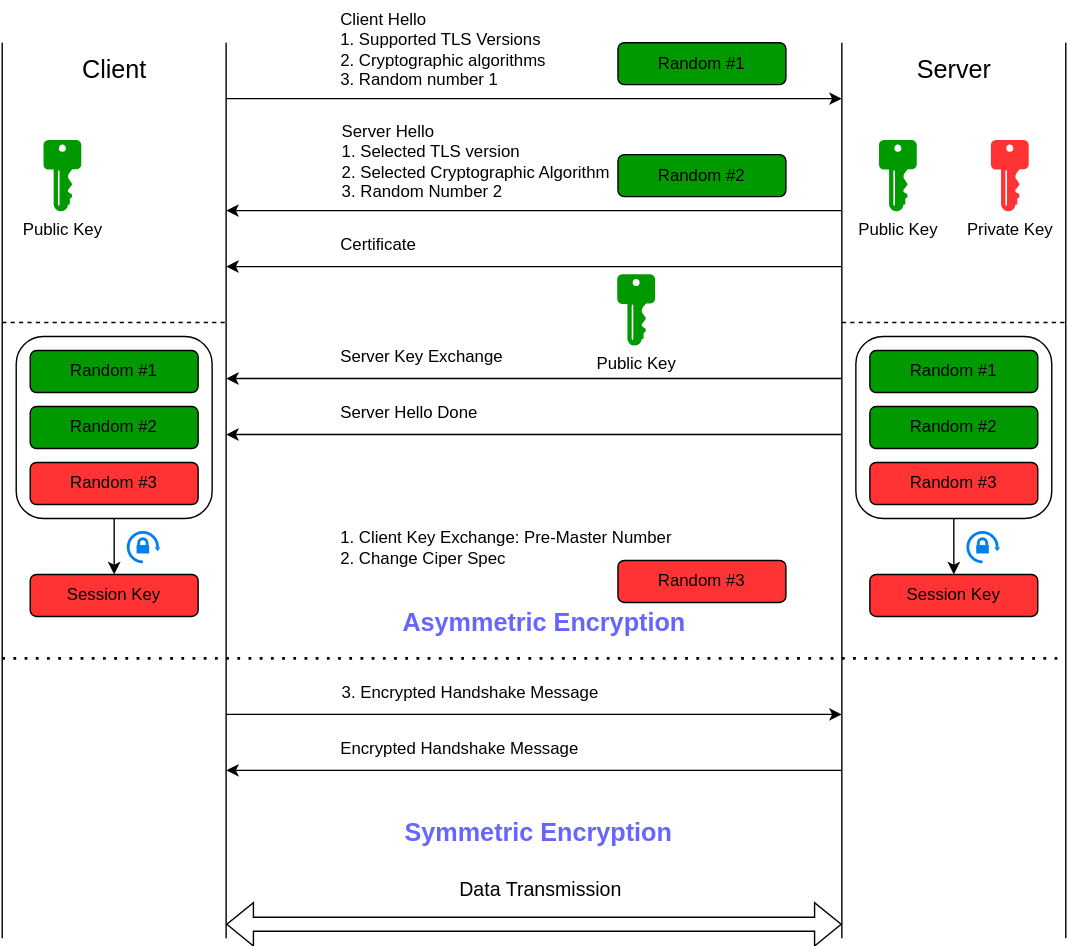
whatsBehind/whatsBehind.github.io keeps this draw.io diagram as docs/programming/web/security/tls-handshake/tls-handshake-whole-process.svg. Above is the earlier version. Source tidied: cells renumbered, new cells last; positions are measured from the earlier drawing's top-left corner, leaving out a move shared by most shapes. Its diagram source:
```xml
<mxGraphModel>
  <root>
    <mxCell id="0" />
    <mxCell id="1" parent="0" />
    <mxCell id="2" style="rounded=1;whiteSpace=wrap;html=1;" parent="1" vertex="1">
      <mxGeometry x="10" y="240" width="140" height="130" as="geometry" />
    </mxCell>
    <mxCell id="3" style="endArrow=none;html=1;rounded=0;" parent="1" edge="1">
      <mxGeometry relative="1" as="geometry">
        <mxPoint y="670" as="sourcePoint" />
        <mxPoint y="30" as="targetPoint" />
      </mxGeometry>
    </mxCell>
    <mxCell id="4" style="endArrow=none;html=1;rounded=0;" parent="1" edge="1">
      <mxGeometry relative="1" as="geometry">
        <mxPoint x="600" y="670" as="sourcePoint" />
        <mxPoint x="600" y="30" as="targetPoint" />
      </mxGeometry>
    </mxCell>
    <mxCell id="5" style="endArrow=none;html=1;rounded=0;" parent="1" edge="1">
      <mxGeometry relative="1" as="geometry">
        <mxPoint x="160" y="670" as="sourcePoint" />
        <mxPoint x="160" y="30" as="targetPoint" />
      </mxGeometry>
    </mxCell>
    <mxCell id="6" style="endArrow=none;html=1;rounded=0;" parent="1" edge="1">
      <mxGeometry relative="1" as="geometry">
        <mxPoint x="760" y="670" as="sourcePoint" />
        <mxPoint x="760" y="30" as="targetPoint" />
      </mxGeometry>
    </mxCell>
    <mxCell id="7" value="&lt;font style=&quot;font-size: 18px;&quot;&gt;Client&lt;/font&gt;" style="text;html=1;align=center;verticalAlign=middle;strokeColor=none;fillColor=none;" parent="1" vertex="1">
      <mxGeometry x="45" y="30" width="70" height="40" as="geometry" />
    </mxCell>
    <mxCell id="8" value="&lt;font style=&quot;font-size: 18px;&quot;&gt;Server&lt;/font&gt;" style="text;html=1;align=center;verticalAlign=middle;strokeColor=none;fillColor=none;" parent="1" vertex="1">
      <mxGeometry x="640" y="30" width="80" height="40" as="geometry" />
    </mxCell>
    <mxCell id="9" style="endArrow=classic;html=1;rounded=0;" parent="1" edge="1">
      <mxGeometry relative="1" as="geometry">
        <mxPoint x="160" y="70" as="sourcePoint" />
        <mxPoint x="600" y="70" as="targetPoint" />
      </mxGeometry>
    </mxCell>
    <mxCell id="10" value="Client Hello&lt;br&gt;1. Supported TLS Versions&lt;br&gt;2. Cryptographic algorithms &lt;br&gt;3. Random number 1" style="text;html=1;strokeColor=none;fillColor=none;align=left;verticalAlign=middle;whiteSpace=wrap;rounded=0;" parent="1" vertex="1">
      <mxGeometry x="240" width="180" height="70" as="geometry" />
    </mxCell>
    <mxCell id="11" style="endArrow=classic;html=1;rounded=0;" parent="1" edge="1">
      <mxGeometry relative="1" as="geometry">
        <mxPoint x="600" y="150" as="sourcePoint" />
        <mxPoint x="160" y="150" as="targetPoint" />
      </mxGeometry>
    </mxCell>
    <mxCell id="12" value="Server Hello&lt;br&gt;1. Selected TLS version&lt;br&gt;2. Selected Cryptographic Algorithm&lt;br&gt;3. Random Number 2" style="text;html=1;strokeColor=none;fillColor=none;align=left;verticalAlign=middle;whiteSpace=wrap;rounded=0;" parent="1" vertex="1">
      <mxGeometry x="241" y="80" width="225" height="70" as="geometry" />
    </mxCell>
    <mxCell id="13" style="endArrow=classic;html=1;rounded=0;" parent="1" edge="1">
      <mxGeometry relative="1" as="geometry">
        <mxPoint x="600" y="190" as="sourcePoint" />
        <mxPoint x="160" y="190" as="targetPoint" />
      </mxGeometry>
    </mxCell>
    <mxCell id="14" value="Certificate" style="text;html=1;strokeColor=none;fillColor=none;align=left;verticalAlign=middle;whiteSpace=wrap;rounded=0;" parent="1" vertex="1">
      <mxGeometry x="240" y="160" width="65" height="30" as="geometry" />
    </mxCell>
    <mxCell id="15" style="endArrow=classic;html=1;rounded=0;" parent="1" edge="1">
      <mxGeometry relative="1" as="geometry">
        <mxPoint x="600" y="270" as="sourcePoint" />
        <mxPoint x="160" y="270" as="targetPoint" />
      </mxGeometry>
    </mxCell>
    <mxCell id="16" value="Server Key Exchange" style="text;html=1;strokeColor=none;fillColor=none;align=left;verticalAlign=middle;whiteSpace=wrap;rounded=0;" parent="1" vertex="1">
      <mxGeometry x="240" y="240" width="145" height="30" as="geometry" />
    </mxCell>
    <mxCell id="17" value="Public Key" style="sketch=0;shadow=0;dashed=0;html=1;strokeColor=#009900;labelPosition=center;verticalLabelPosition=bottom;verticalAlign=top;align=center;fillColor=#009900;shape=mxgraph.mscae.enterprise.key_permissions;" parent="1" vertex="1">
      <mxGeometry x="627" y="100" width="26" height="50" as="geometry" />
    </mxCell>
    <mxCell id="18" value="Private Key" style="sketch=0;shadow=0;dashed=0;html=1;strokeColor=#FF3333;labelPosition=center;verticalLabelPosition=bottom;verticalAlign=top;align=center;fillColor=#FF3333;shape=mxgraph.mscae.enterprise.key_permissions;" parent="1" vertex="1">
      <mxGeometry x="707" y="100" width="26" height="50" as="geometry" />
    </mxCell>
    <mxCell id="19" value="Public Key" style="sketch=0;shadow=0;dashed=0;html=1;strokeColor=#009900;labelPosition=center;verticalLabelPosition=bottom;verticalAlign=top;align=center;fillColor=#009900;shape=mxgraph.mscae.enterprise.key_permissions;" parent="1" vertex="1">
      <mxGeometry x="440" y="196" width="26" height="50" as="geometry" />
    </mxCell>
    <mxCell id="20" style="endArrow=classic;html=1;rounded=0;" parent="1" edge="1">
      <mxGeometry relative="1" as="geometry">
        <mxPoint x="600" y="310" as="sourcePoint" />
        <mxPoint x="160" y="310" as="targetPoint" />
      </mxGeometry>
    </mxCell>
    <mxCell id="21" value="Server Hello Done" style="text;html=1;strokeColor=none;fillColor=none;align=left;verticalAlign=middle;whiteSpace=wrap;rounded=0;" parent="1" vertex="1">
      <mxGeometry x="240" y="280" width="125" height="30" as="geometry" />
    </mxCell>
    <mxCell id="22" style="endArrow=classic;html=1;rounded=0;" parent="1" edge="1">
      <mxGeometry relative="1" as="geometry">
        <mxPoint x="160" y="510" as="sourcePoint" />
        <mxPoint x="600" y="510" as="targetPoint" />
      </mxGeometry>
    </mxCell>
    <mxCell id="23" value="1. Client Key Exchange: Pre-Master Number&lt;br&gt;2. Change Ciper Spec" style="text;html=1;strokeColor=none;fillColor=none;align=left;verticalAlign=middle;whiteSpace=wrap;rounded=0;" parent="1" vertex="1">
      <mxGeometry x="240" y="370.5" width="265" height="40" as="geometry" />
    </mxCell>
    <mxCell id="24" style="endArrow=none;dashed=1;html=1;rounded=0;" parent="1" edge="1">
      <mxGeometry relative="1" as="geometry">
        <mxPoint x="600" y="230" as="sourcePoint" />
        <mxPoint x="760" y="230" as="targetPoint" />
      </mxGeometry>
    </mxCell>
    <mxCell id="25" value="Random #1" style="rounded=1;whiteSpace=wrap;html=1;fillColor=#009900;" parent="1" vertex="1">
      <mxGeometry x="20" y="250" width="120" height="30" as="geometry" />
    </mxCell>
    <mxCell id="26" value="Random #2" style="rounded=1;whiteSpace=wrap;html=1;fillColor=#009900;" parent="1" vertex="1">
      <mxGeometry x="20" y="290" width="120" height="30" as="geometry" />
    </mxCell>
    <mxCell id="27" value="Random #3" style="rounded=1;whiteSpace=wrap;html=1;fillColor=#FF3333;" parent="1" vertex="1">
      <mxGeometry x="20" y="330" width="120" height="30" as="geometry" />
    </mxCell>
    <mxCell id="28" style="endArrow=none;dashed=1;html=1;rounded=0;" parent="1" edge="1">
      <mxGeometry relative="1" as="geometry">
        <mxPoint y="230" as="sourcePoint" />
        <mxPoint x="160" y="230" as="targetPoint" />
      </mxGeometry>
    </mxCell>
    <mxCell id="29" value="Public Key" style="sketch=0;shadow=0;dashed=0;html=1;strokeColor=#009900;labelPosition=center;verticalLabelPosition=bottom;verticalAlign=top;align=center;fillColor=#009900;shape=mxgraph.mscae.enterprise.key_permissions;" parent="1" vertex="1">
      <mxGeometry x="30" y="100" width="26" height="50" as="geometry" />
    </mxCell>
    <mxCell id="30" style="endArrow=classic;html=1;rounded=0;" parent="1" edge="1">
      <mxGeometry relative="1" as="geometry">
        <mxPoint x="600" y="550" as="sourcePoint" />
        <mxPoint x="160" y="550" as="targetPoint" />
      </mxGeometry>
    </mxCell>
    <mxCell id="31" value="Encrypted Handshake Message" style="text;html=1;strokeColor=none;fillColor=none;align=left;verticalAlign=middle;whiteSpace=wrap;rounded=0;" parent="1" vertex="1">
      <mxGeometry x="240" y="520" width="185" height="30" as="geometry" />
    </mxCell>
    <mxCell id="32" value="Random #1" style="rounded=1;whiteSpace=wrap;html=1;fillColor=#009900;" parent="1" vertex="1">
      <mxGeometry x="440" y="30" width="120" height="30" as="geometry" />
    </mxCell>
    <mxCell id="33" value="Random #2" style="rounded=1;whiteSpace=wrap;html=1;fillColor=#009900;" parent="1" vertex="1">
      <mxGeometry x="440" y="110" width="120" height="30" as="geometry" />
    </mxCell>
    <mxCell id="34" value="Random #3" style="rounded=1;whiteSpace=wrap;html=1;fillColor=#FF3333;" parent="1" vertex="1">
      <mxGeometry x="440" y="400" width="120" height="30" as="geometry" />
    </mxCell>
    <mxCell id="35" style="rounded=1;whiteSpace=wrap;html=1;" parent="1" vertex="1">
      <mxGeometry x="610" y="240" width="140" height="130" as="geometry" />
    </mxCell>
    <mxCell id="36" value="Random #1" style="rounded=1;whiteSpace=wrap;html=1;fillColor=#009900;" parent="1" vertex="1">
      <mxGeometry x="620" y="250" width="120" height="30" as="geometry" />
    </mxCell>
    <mxCell id="37" value="Random #2" style="rounded=1;whiteSpace=wrap;html=1;fillColor=#009900;" parent="1" vertex="1">
      <mxGeometry x="620" y="290" width="120" height="30" as="geometry" />
    </mxCell>
    <mxCell id="38" value="Random #3" style="rounded=1;whiteSpace=wrap;html=1;fillColor=#FF3333;" parent="1" vertex="1">
      <mxGeometry x="620" y="330" width="120" height="30" as="geometry" />
    </mxCell>
    <mxCell id="39" style="endArrow=classic;html=1;rounded=0;exitX=0.5;exitY=1;exitDx=0;exitDy=0;" parent="1" edge="1" source="2">
      <mxGeometry relative="1" as="geometry">
        <mxPoint x="80" y="410" as="targetPoint" />
      </mxGeometry>
    </mxCell>
    <mxCell id="40" value="Session Key" style="rounded=1;whiteSpace=wrap;html=1;fillColor=#FF3333;" parent="1" vertex="1">
      <mxGeometry x="20" y="410" width="120" height="30" as="geometry" />
    </mxCell>
    <mxCell id="41" style="endArrow=classic;html=1;rounded=0;exitX=0.5;exitY=1;exitDx=0;exitDy=0;" parent="1" edge="1">
      <mxGeometry relative="1" as="geometry">
        <mxPoint x="680" y="370" as="sourcePoint" />
        <mxPoint x="680" y="410" as="targetPoint" />
      </mxGeometry>
    </mxCell>
    <mxCell id="42" value="Session Key" style="rounded=1;whiteSpace=wrap;html=1;fillColor=#FF3333;" parent="1" vertex="1">
      <mxGeometry x="620" y="410" width="120" height="30" as="geometry" />
    </mxCell>
    <mxCell id="43" style="html=1;verticalLabelPosition=bottom;strokeWidth=2;strokeColor=#0080F0;fillColor=strokeColor;shadow=0;dashed=0;shape=mxgraph.ios7.icons.orientation_lock;" parent="1" vertex="1">
      <mxGeometry x="90" y="380" width="23.1" height="21" as="geometry" />
    </mxCell>
    <mxCell id="44" style="html=1;verticalLabelPosition=bottom;strokeWidth=2;strokeColor=#0080F0;fillColor=strokeColor;shadow=0;dashed=0;shape=mxgraph.ios7.icons.orientation_lock;" parent="1" vertex="1">
      <mxGeometry x="690" y="380" width="23.1" height="21" as="geometry" />
    </mxCell>
    <mxCell id="45" style="endArrow=none;dashed=1;html=1;dashPattern=1 3;strokeWidth=2;rounded=0;" parent="1" edge="1">
      <mxGeometry relative="1" as="geometry">
        <mxPoint y="470" as="sourcePoint" />
        <mxPoint x="760" y="470" as="targetPoint" />
      </mxGeometry>
    </mxCell>
    <mxCell id="46" value="&lt;font style=&quot;font-size: 18px;&quot;&gt;&lt;b&gt;Asymmetric Encryption&lt;/b&gt;&lt;/font&gt;" style="text;html=1;strokeColor=none;fillColor=none;align=center;verticalAlign=middle;whiteSpace=wrap;rounded=0;fontColor=#6666FF;" parent="1" vertex="1">
      <mxGeometry x="280" y="430" width="215" height="30" as="geometry" />
    </mxCell>
    <mxCell id="47" value="&lt;font style=&quot;font-size: 18px;&quot;&gt;&lt;b&gt;Symmetric Encryption&lt;/b&gt;&lt;/font&gt;" style="text;html=1;strokeColor=none;fillColor=none;align=center;verticalAlign=middle;whiteSpace=wrap;rounded=0;fontColor=#6666FF;" parent="1" vertex="1">
      <mxGeometry x="276.5" y="580" width="215" height="30" as="geometry" />
    </mxCell>
    <mxCell id="48" style="shape=flexArrow;endArrow=classic;startArrow=classic;html=1;rounded=0;" parent="1" edge="1">
      <mxGeometry relative="1" as="geometry">
        <mxPoint x="160" y="660" as="sourcePoint" />
        <mxPoint x="600" y="660" as="targetPoint" />
      </mxGeometry>
    </mxCell>
    <mxCell id="49" value="&lt;font style=&quot;font-size: 14px;&quot;&gt;Data Transmission&lt;/font&gt;" style="text;html=1;strokeColor=none;fillColor=none;align=center;verticalAlign=middle;whiteSpace=wrap;rounded=0;" parent="1" vertex="1">
      <mxGeometry x="314" y="620" width="142" height="30" as="geometry" />
    </mxCell>
    <mxCell id="50" value="3. Encrypted Handshake Message" style="text;html=1;strokeColor=none;fillColor=none;align=left;verticalAlign=middle;whiteSpace=wrap;rounded=0;" parent="1" vertex="1">
      <mxGeometry x="241" y="480" width="265" height="30" as="geometry" />
    </mxCell>
  </root>
</mxGraphModel>
```
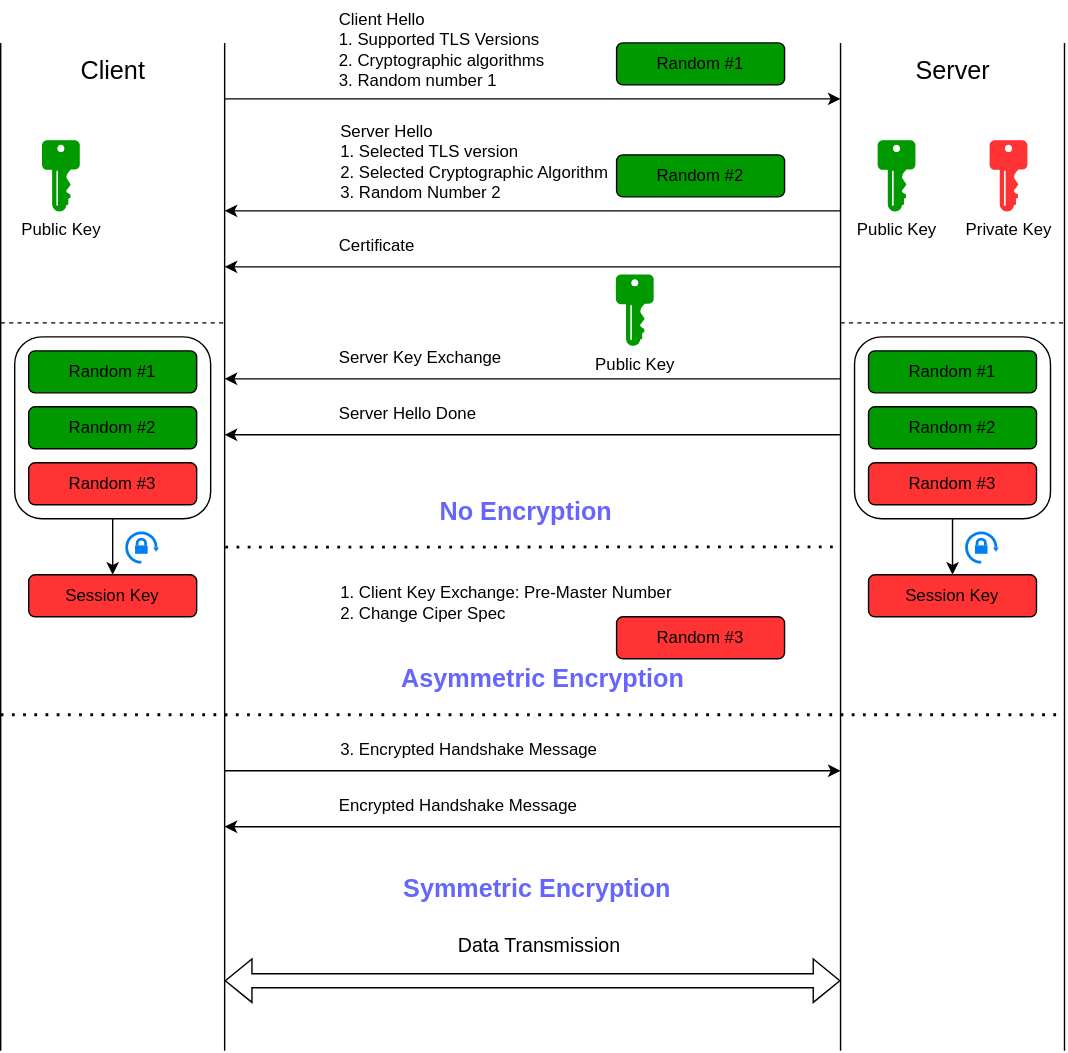
The same diagram one commit later.

Commit message:
Revise TLS handshake whole process img

The edit, as a diff of the source:
```diff
@@ -7,25 +7,25 @@
     </mxCell>
     <mxCell id="3" style="endArrow=none;html=1;rounded=0;" parent="1" edge="1">
       <mxGeometry relative="1" as="geometry">
-        <mxPoint y="670" as="sourcePoint" />
+        <mxPoint y="750" as="sourcePoint" />
         <mxPoint y="30" as="targetPoint" />
       </mxGeometry>
     </mxCell>
     <mxCell id="4" style="endArrow=none;html=1;rounded=0;" parent="1" edge="1">
       <mxGeometry relative="1" as="geometry">
-        <mxPoint x="600" y="670" as="sourcePoint" />
+        <mxPoint x="600" y="750" as="sourcePoint" />
         <mxPoint x="600" y="30" as="targetPoint" />
       </mxGeometry>
     </mxCell>
     <mxCell id="5" style="endArrow=none;html=1;rounded=0;" parent="1" edge="1">
       <mxGeometry relative="1" as="geometry">
-        <mxPoint x="160" y="670" as="sourcePoint" />
+        <mxPoint x="160" y="750" as="sourcePoint" />
         <mxPoint x="160" y="30" as="targetPoint" />
       </mxGeometry>
     </mxCell>
     <mxCell id="6" style="endArrow=none;html=1;rounded=0;" parent="1" edge="1">
       <mxGeometry relative="1" as="geometry">
-        <mxPoint x="760" y="670" as="sourcePoint" />
+        <mxPoint x="760" y="750" as="sourcePoint" />
         <mxPoint x="760" y="30" as="targetPoint" />
       </mxGeometry>
     </mxCell>
@@ -91,12 +91,12 @@
     </mxCell>
     <mxCell id="22" style="endArrow=classic;html=1;rounded=0;" parent="1" edge="1">
       <mxGeometry relative="1" as="geometry">
-        <mxPoint x="160" y="510" as="sourcePoint" />
-        <mxPoint x="600" y="510" as="targetPoint" />
+        <mxPoint x="160" y="550" as="sourcePoint" />
+        <mxPoint x="600" y="550" as="targetPoint" />
       </mxGeometry>
     </mxCell>
     <mxCell id="23" value="1. Client Key Exchange: Pre-Master Number&lt;br&gt;2. Change Ciper Spec" style="text;html=1;strokeColor=none;fillColor=none;align=left;verticalAlign=middle;whiteSpace=wrap;rounded=0;" parent="1" vertex="1">
-      <mxGeometry x="240" y="370.5" width="265" height="40" as="geometry" />
+      <mxGeometry x="241" y="410" width="265" height="40" as="geometry" />
     </mxCell>
     <mxCell id="24" style="endArrow=none;dashed=1;html=1;rounded=0;" parent="1" edge="1">
       <mxGeometry relative="1" as="geometry">
@@ -124,12 +124,12 @@
     </mxCell>
     <mxCell id="30" style="endArrow=classic;html=1;rounded=0;" parent="1" edge="1">
       <mxGeometry relative="1" as="geometry">
-        <mxPoint x="600" y="550" as="sourcePoint" />
-        <mxPoint x="160" y="550" as="targetPoint" />
+        <mxPoint x="600" y="590" as="sourcePoint" />
+        <mxPoint x="160" y="590" as="targetPoint" />
       </mxGeometry>
     </mxCell>
     <mxCell id="31" value="Encrypted Handshake Message" style="text;html=1;strokeColor=none;fillColor=none;align=left;verticalAlign=middle;whiteSpace=wrap;rounded=0;" parent="1" vertex="1">
-      <mxGeometry x="240" y="520" width="185" height="30" as="geometry" />
+      <mxGeometry x="240" y="560" width="185" height="30" as="geometry" />
     </mxCell>
     <mxCell id="32" value="Random #1" style="rounded=1;whiteSpace=wrap;html=1;fillColor=#009900;" parent="1" vertex="1">
       <mxGeometry x="440" y="30" width="120" height="30" as="geometry" />
@@ -138,7 +138,7 @@
       <mxGeometry x="440" y="110" width="120" height="30" as="geometry" />
     </mxCell>
     <mxCell id="34" value="Random #3" style="rounded=1;whiteSpace=wrap;html=1;fillColor=#FF3333;" parent="1" vertex="1">
-      <mxGeometry x="440" y="400" width="120" height="30" as="geometry" />
+      <mxGeometry x="440" y="440" width="120" height="30" as="geometry" />
     </mxCell>
     <mxCell id="35" style="rounded=1;whiteSpace=wrap;html=1;" parent="1" vertex="1">
       <mxGeometry x="610" y="240" width="140" height="130" as="geometry" />
@@ -177,27 +177,36 @@
     </mxCell>
     <mxCell id="45" style="endArrow=none;dashed=1;html=1;dashPattern=1 3;strokeWidth=2;rounded=0;" parent="1" edge="1">
       <mxGeometry relative="1" as="geometry">
-        <mxPoint y="470" as="sourcePoint" />
-        <mxPoint x="760" y="470" as="targetPoint" />
+        <mxPoint y="510" as="sourcePoint" />
+        <mxPoint x="760" y="510" as="targetPoint" />
       </mxGeometry>
     </mxCell>
     <mxCell id="46" value="&lt;font style=&quot;font-size: 18px;&quot;&gt;&lt;b&gt;Asymmetric Encryption&lt;/b&gt;&lt;/font&gt;" style="text;html=1;strokeColor=none;fillColor=none;align=center;verticalAlign=middle;whiteSpace=wrap;rounded=0;fontColor=#6666FF;" parent="1" vertex="1">
-      <mxGeometry x="280" y="430" width="215" height="30" as="geometry" />
+      <mxGeometry x="280" y="470" width="215" height="30" as="geometry" />
     </mxCell>
     <mxCell id="47" value="&lt;font style=&quot;font-size: 18px;&quot;&gt;&lt;b&gt;Symmetric Encryption&lt;/b&gt;&lt;/font&gt;" style="text;html=1;strokeColor=none;fillColor=none;align=center;verticalAlign=middle;whiteSpace=wrap;rounded=0;fontColor=#6666FF;" parent="1" vertex="1">
-      <mxGeometry x="276.5" y="580" width="215" height="30" as="geometry" />
+      <mxGeometry x="276.5" y="620" width="215" height="30" as="geometry" />
     </mxCell>
     <mxCell id="48" style="shape=flexArrow;endArrow=classic;startArrow=classic;html=1;rounded=0;" parent="1" edge="1">
       <mxGeometry relative="1" as="geometry">
-        <mxPoint x="160" y="660" as="sourcePoint" />
-        <mxPoint x="600" y="660" as="targetPoint" />
+        <mxPoint x="160" y="700" as="sourcePoint" />
+        <mxPoint x="600" y="700" as="targetPoint" />
       </mxGeometry>
     </mxCell>
     <mxCell id="49" value="&lt;font style=&quot;font-size: 14px;&quot;&gt;Data Transmission&lt;/font&gt;" style="text;html=1;strokeColor=none;fillColor=none;align=center;verticalAlign=middle;whiteSpace=wrap;rounded=0;" parent="1" vertex="1">
-      <mxGeometry x="314" y="620" width="142" height="30" as="geometry" />
+      <mxGeometry x="314" y="660" width="142" height="30" as="geometry" />
     </mxCell>
     <mxCell id="50" value="3. Encrypted Handshake Message" style="text;html=1;strokeColor=none;fillColor=none;align=left;verticalAlign=middle;whiteSpace=wrap;rounded=0;" parent="1" vertex="1">
-      <mxGeometry x="241" y="480" width="265" height="30" as="geometry" />
+      <mxGeometry x="241" y="520" width="265" height="30" as="geometry" />
     </mxCell>
+    <mxCell id="51" style="endArrow=none;dashed=1;html=1;dashPattern=1 3;strokeWidth=2;rounded=0;" parent="1" edge="1">
+      <mxGeometry relative="1" as="geometry">
+        <mxPoint x="160.5" y="390.3" as="sourcePoint" />
+        <mxPoint x="595" y="390" as="targetPoint" />
+      </mxGeometry>
+    </mxCell>
+    <mxCell id="52" value="&lt;font style=&quot;font-size: 18px;&quot;&gt;&lt;b&gt;No Encryption&lt;/b&gt;&lt;/font&gt;" style="text;html=1;strokeColor=none;fillColor=none;align=center;verticalAlign=middle;whiteSpace=wrap;rounded=0;fontColor=#6666FF;" parent="1" vertex="1">
+      <mxGeometry x="268" y="350" width="215" height="30" as="geometry" />
+    </mxCell>
   </root>
 </mxGraphModel>
```
